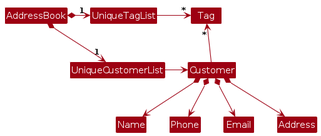
Earlier version of the PlantUML export diagrams/BetterModelClassDiagram.png (FooChao/tp). Its source is kept beside it as diagrams/BetterModelClassDiagram.puml. The source it was exported from:
```plantuml
@startuml
!include style.puml
skinparam arrowThickness 1.1
skinparam arrowColor MODEL_COLOR
skinparam classBackgroundColor MODEL_COLOR

AddressBook *-right-> "1" UniqueCustomerList
AddressBook *-right-> "1" UniqueTagList
UniqueTagList -[hidden]down- UniqueCustomerList
UniqueTagList -[hidden]down- UniqueCustomerList

UniqueTagList -right-> "*" Tag
UniqueCustomerList -right-> Customer

Customer -up-> "*" Tag

Customer *--> Name
Customer *--> Phone
Customer *--> Email
Customer *--> Address
@enduml
```
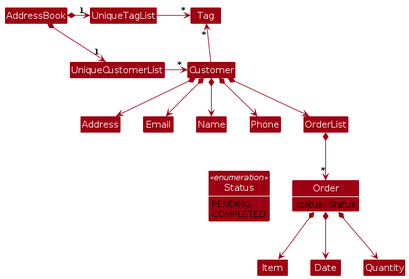
Later version of the same file.

Diff of the diagram source:
```diff
@@ -3,6 +3,26 @@
 skinparam arrowThickness 1.1
 skinparam arrowColor MODEL_COLOR
 skinparam classBackgroundColor MODEL_COLOR
+
+Class UniqueCustomerList
+Class Customer
+Class Address
+Class Email
+Class Name
+Class Phone
+Class Tag
+Class OrderList
+Class Order {
+    status: Status
+}
+Class Item
+Class Date
+Class Quantity
+
+enum Status <<enumeration>> {
+    PENDING
+    COMPLETED
+}
 
 AddressBook *-right-> "1" UniqueCustomerList
 AddressBook *-right-> "1" UniqueTagList
@@ -10,7 +30,7 @@
 UniqueTagList -[hidden]down- UniqueCustomerList
 
 UniqueTagList -right-> "*" Tag
-UniqueCustomerList -right-> Customer
+UniqueCustomerList -right-> "*" Customer
 
 Customer -up-> "*" Tag
 
@@ -18,4 +38,17 @@
 Customer *--> Phone
 Customer *--> Email
 Customer *--> Address
+Customer *--> OrderList
+
+OrderList *--> "*" Order
+
+Order *--> Item
+Order *--> Date
+Order *--> Quantity
+
+Order -[hidden]left-> Status
+
+show Order members
+hide Order methods
+
 @enduml
```
